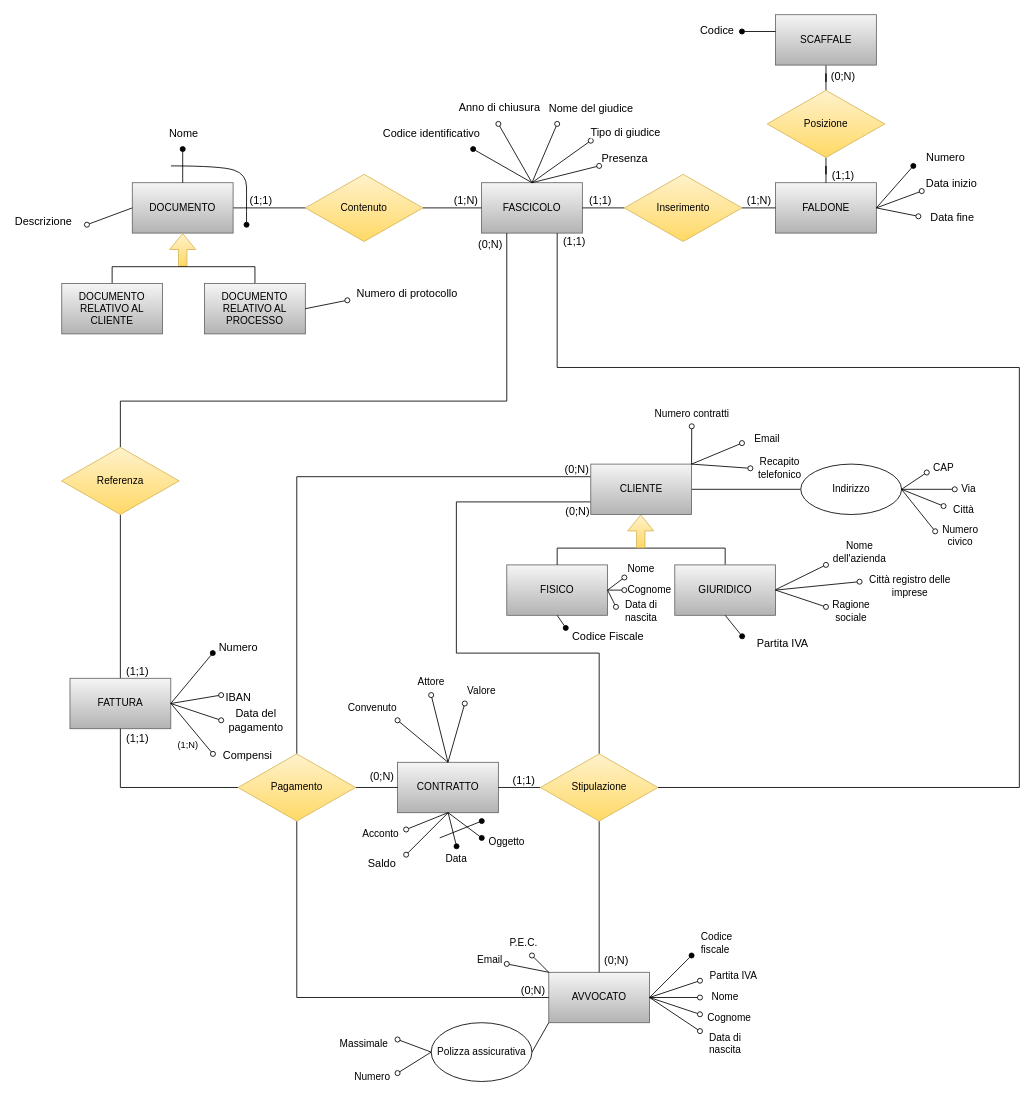
This is DiagrammaER_Completo_Iniziale.drawio from AndreaCiv/BasiDiDati, a draw.io file, before an edit. Source tidied: cells renumbered, new cells numbered last; positions are measured from the earlier drawing's top-left corner, leaving out a move shared by most shapes. Both pictures are drawn from the tidied source at 84%, with x=0, y=0 at pixel (61, 14).
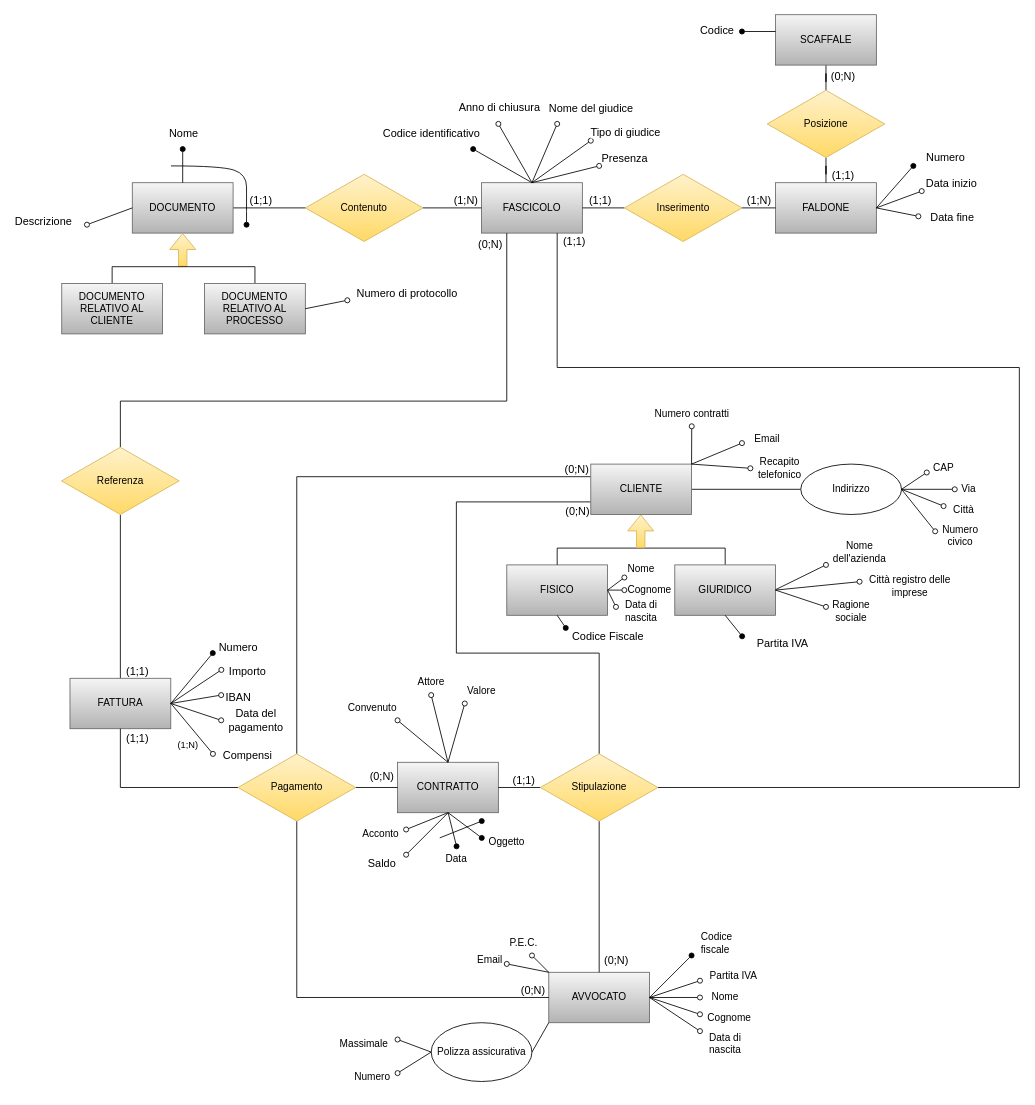
The same diagram, later.

Commit message:
Modifica importo diagramma iniziale

Unchanged cells that the change refers to:
```xml
<mxCell id="53" value="FATTURA" style="rounded=0;whiteSpace=wrap;html=1;fillColor=#f5f5f5;gradientColor=#b3b3b3;strokeColor=#666666;" parent="1" vertex="1">
  <mxGeometry x="9.8" y="790" width="120" height="60" as="geometry" />
</mxCell>
```

The edit, as a diff of the source:
```diff
@@
+    <mxCell id="157" style="endArrow=oval;html=1;rounded=0;fontSize=13;endFill=0;exitX=1;exitY=0.5;exitDx=0;exitDy=0;" parent="1" edge="1" source="53">
+      <mxGeometry relative="1" as="geometry">
+        <mxPoint x="190" y="780" as="targetPoint" />
+      </mxGeometry>
+    </mxCell>
+    <mxCell id="158" value="Importo" style="edgeLabel;html=1;align=center;verticalAlign=middle;fontSize=13;" parent="157" vertex="1">
+      <mxGeometry x="0.35" y="2" relative="1" as="geometry">
+        <mxPoint x="51" y="-11" as="offset" />
+      </mxGeometry>
+    </mxCell>
```
